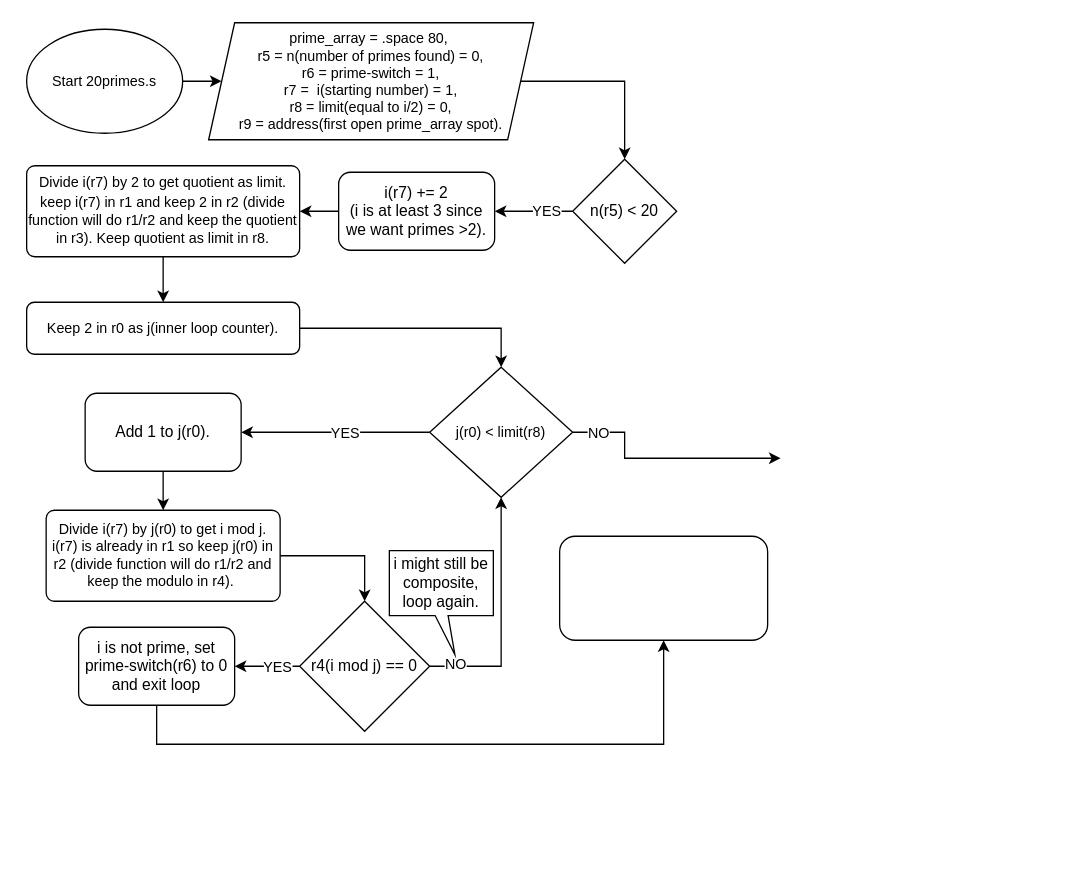
The draw.io diagram ECE 255/20primes.sFlowChart.drawio in amirabdullahi1/gold, before the edit. Source tidied: cells renumbered, new cells numbered last; positions are measured from the earlier drawing's top-left corner, leaving out a move shared by most shapes. Both pictures are drawn from the tidied source at 130%, with x=0, y=0 at pixel (26, 22).
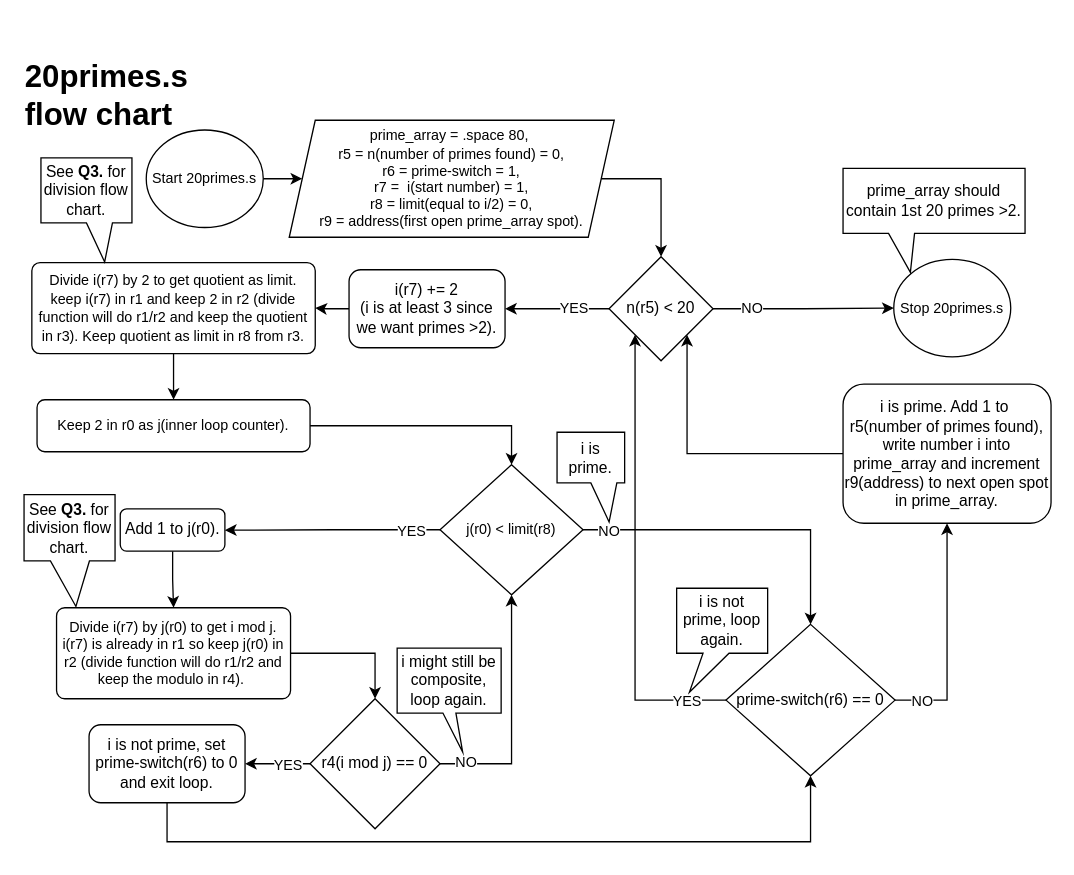
After the change.

The change refers to these unchanged cells:
```xml
<mxCell id="14" style="edgeStyle=orthogonalEdgeStyle;rounded=0;jettySize=auto;html=1;" parent="1" edge="1" source="18" target="20">
  <mxGeometry relative="1" as="geometry" />
</mxCell>
```

Change to the diagram source:
```diff
@@
     <mxCell id="3" value="Start 20primes.s" style="ellipse;whiteSpace=wrap;html=1;fontSize=11;" parent="1" vertex="1">
-      <mxGeometry y="5" width="120" height="80" as="geometry" />
+      <mxGeometry x="92" y="82.5" width="90" height="75" as="geometry" />
     </mxCell>
-    <mxCell id="4" style="edgeStyle=orthogonalEdgeStyle;rounded=0;jettySize=auto;html=1;exitX=1;exitY=0.5;exitDx=0;exitDy=0;entryX=0.5;entryY=0;entryDx=0;entryDy=0;" parent="1" edge="1" source="5" target="7">
-      <mxGeometry relative="1" as="geometry" />
+    <mxCell id="4" style="edgeStyle=orthogonalEdgeStyle;rounded=0;jettySize=auto;html=1;entryX=0.5;entryY=0;entryDx=0;entryDy=0;exitX=1;exitY=0.5;exitDx=0;exitDy=0;" parent="1" edge="1" source="5" target="7">
+      <mxGeometry relative="1" as="geometry">
+        <Array as="points">
+          <mxPoint x="488" y="120" />
+        </Array>
+      </mxGeometry>
     </mxCell>
-    <mxCell id="5" value="&lt;font style=&quot;font-size: 11px;&quot;&gt;prime_array = .space 80,&amp;nbsp;&lt;/font&gt;&lt;div style=&quot;font-size: 11px;&quot;&gt;&lt;font style=&quot;font-size: 11px;&quot;&gt;r5 = n(number of primes found) = 0,&lt;/font&gt;&lt;/div&gt;&lt;div style=&quot;font-size: 11px;&quot;&gt;&lt;font style=&quot;font-size: 11px;&quot;&gt;r6 = prime-switch = 1,&lt;/font&gt;&lt;/div&gt;&lt;div style=&quot;font-size: 11px;&quot;&gt;&lt;font style=&quot;font-size: 11px;&quot;&gt;r7 =&amp;nbsp; i(starting number) = 1,&lt;/font&gt;&lt;/div&gt;&lt;div style=&quot;font-size: 11px;&quot;&gt;&lt;font style=&quot;font-size: 11px;&quot;&gt;r8 = limit(equal to i/2) = 0,&lt;/font&gt;&lt;/div&gt;&lt;div style=&quot;font-size: 11px;&quot;&gt;&lt;font style=&quot;font-size: 11px;&quot;&gt;r9 = address(first open prime_array spot).&lt;/font&gt;&lt;/div&gt;" style="shape=parallelogram;perimeter=parallelogramPerimeter;whiteSpace=wrap;html=1;fixedSize=1;" parent="1" vertex="1">
-      <mxGeometry x="140" width="250" height="90" as="geometry" />
+    <mxCell id="5" value="&lt;font style=&quot;font-size: 11px;&quot;&gt;prime_array = .space 80,&amp;nbsp;&lt;/font&gt;&lt;div style=&quot;font-size: 11px;&quot;&gt;&lt;font style=&quot;font-size: 11px;&quot;&gt;r5 = n(number of primes found) = 0,&lt;/font&gt;&lt;/div&gt;&lt;div style=&quot;font-size: 11px;&quot;&gt;&lt;font style=&quot;font-size: 11px;&quot;&gt;r6 = prime-switch = 1,&lt;/font&gt;&lt;/div&gt;&lt;div style=&quot;font-size: 11px;&quot;&gt;&lt;font style=&quot;font-size: 11px;&quot;&gt;r7 =&amp;nbsp; i(start number) = 1,&lt;/font&gt;&lt;/div&gt;&lt;div style=&quot;font-size: 11px;&quot;&gt;&lt;font style=&quot;font-size: 11px;&quot;&gt;r8 = limit(equal to i/2) = 0,&lt;/font&gt;&lt;/div&gt;&lt;div style=&quot;font-size: 11px;&quot;&gt;&lt;font style=&quot;font-size: 11px;&quot;&gt;r9 = address(first open prime_array spot).&lt;/font&gt;&lt;/div&gt;" style="shape=parallelogram;perimeter=parallelogramPerimeter;whiteSpace=wrap;html=1;fixedSize=1;" parent="1" vertex="1">
+      <mxGeometry x="202" y="75" width="250" height="90" as="geometry" />
     </mxCell>
@@
+    <mxCell id="32" value="NO" style="edgeStyle=orthogonalEdgeStyle;rounded=0;jettySize=auto;html=1;entryX=0;entryY=0.5;entryDx=0;entryDy=0;" parent="1" edge="1" source="7" target="43">
+      <mxGeometry x="-0.57" relative="1" as="geometry" />
+    </mxCell>
     <mxCell id="7" value="n(r5) &amp;lt; 20" style="rhombus;whiteSpace=wrap;html=1;" parent="1" vertex="1">
-      <mxGeometry x="420" y="105" width="80" height="80" as="geometry" />
+      <mxGeometry x="448" y="180" width="80" height="80" as="geometry" />
     </mxCell>
@@
     <mxCell id="9" value="i(r7) += 2&lt;div&gt;(i is at least 3 since we want primes &amp;gt;2).&lt;/div&gt;" style="rounded=1;whiteSpace=wrap;html=1;" parent="1" vertex="1">
-      <mxGeometry x="240" y="115" width="120" height="60" as="geometry" />
+      <mxGeometry x="248" y="190" width="120" height="60" as="geometry" />
     </mxCell>
@@
-    <mxCell id="11" value="&lt;div style=&quot;font-size: 11px;&quot;&gt;&lt;font style=&quot;font-size: 11px;&quot;&gt;Divide i(r7) by 2 to get quotient as limit.&lt;/font&gt;&lt;/div&gt;&lt;font style=&quot;font-size: 11px;&quot;&gt;keep i(r7) in r1 and keep 2 in r2 (divide function will do r1/r2 and keep the quotient in r3). Keep quotient as limit in r8.&lt;/font&gt;" style="rounded=1;whiteSpace=wrap;html=1;arcSize=9;" parent="1" vertex="1">
-      <mxGeometry y="110" width="210" height="70" as="geometry" />
+    <mxCell id="11" value="&lt;div style=&quot;font-size: 11px;&quot;&gt;&lt;font style=&quot;font-size: 11px;&quot;&gt;Divide i(r7) by 2 to get quotient as limit.&lt;/font&gt;&lt;/div&gt;&lt;font style=&quot;font-size: 11px;&quot;&gt;keep i(r7) in r1 and keep 2 in r2 (divide function will do r1/r2 and keep the quotient in r3). Keep quotient as limit in r8 from r3.&lt;/font&gt;" style="rounded=1;whiteSpace=wrap;html=1;arcSize=9;" parent="1" vertex="1">
+      <mxGeometry x="4" y="184.5" width="218" height="70" as="geometry" />
     </mxCell>
@@
     <mxCell id="13" value="&lt;font style=&quot;font-size: 11px;&quot;&gt;Keep 2 in r0 as j(inner loop counter).&lt;/font&gt;" style="rounded=1;whiteSpace=wrap;html=1;" parent="1" vertex="1">
-      <mxGeometry y="215" width="210" height="40" as="geometry" />
+      <mxGeometry x="8" y="290" width="210" height="40" as="geometry" />
     </mxCell>
@@
     <mxCell id="15" value="YES" style="edgeLabel;html=1;align=center;verticalAlign=middle;" parent="14" vertex="1">
-      <mxGeometry x="-0.09" relative="1" as="geometry" />
+      <mxGeometry x="-0.09" relative="1" as="geometry">
+        <mxPoint x="52" as="offset" />
+      </mxGeometry>
     </mxCell>
-    <mxCell id="16" style="edgeStyle=orthogonalEdgeStyle;rounded=0;jettySize=auto;html=1;exitX=1;exitY=0.5;exitDx=0;exitDy=0;" parent="1" edge="1" source="18">
+    <mxCell id="16" style="edgeStyle=orthogonalEdgeStyle;rounded=0;jettySize=auto;html=1;exitX=1;exitY=0.5;exitDx=0;exitDy=0;entryX=0.5;entryY=0;entryDx=0;entryDy=0;" parent="1" edge="1" source="18" target="39">
       <mxGeometry relative="1" as="geometry">
-        <mxPoint x="580" y="335" as="targetPoint" />
         <Array as="points">
-          <mxPoint x="460" y="315" />
-          <mxPoint x="460" y="335" />
+          <mxPoint x="603" y="390" />
         </Array>
       </mxGeometry>
     </mxCell>
     <mxCell id="17" value="NO" style="edgeLabel;html=1;align=center;verticalAlign=middle;" parent="16" vertex="1">
       <mxGeometry x="-0.94" y="-2" relative="1" as="geometry">
-        <mxPoint x="14" y="-2" as="offset" />
+        <mxPoint x="12" y="-2" as="offset" />
       </mxGeometry>
     </mxCell>
     <mxCell id="18" value="&lt;font style=&quot;font-size: 11px;&quot;&gt;j(r0) &amp;lt; limit(r8)&lt;/font&gt;" style="rhombus;whiteSpace=wrap;html=1;" parent="1" vertex="1">
-      <mxGeometry x="310" y="265" width="110" height="100" as="geometry" />
+      <mxGeometry x="318" y="340" width="110" height="100" as="geometry" />
     </mxCell>
@@
     <mxCell id="20" value="Add 1 to j(r0)." style="rounded=1;whiteSpace=wrap;html=1;" parent="1" vertex="1">
-      <mxGeometry x="45" y="285" width="120" height="60" as="geometry" />
+      <mxGeometry x="72" y="374" width="80.5" height="32.5" as="geometry" />
     </mxCell>
@@
     <mxCell id="22" value="&lt;div style=&quot;font-size: 11px;&quot;&gt;&lt;font style=&quot;font-size: 11px;&quot;&gt;Divide i(r7) by j(r0) to get i mod j. &lt;/font&gt;&lt;font style=&quot;background-color: initial;&quot;&gt;i(r7) is already in r1 so keep j(r0) in r2 (divide function will do r1/r2 and keep the modulo in r4). &lt;/font&gt;&lt;span style=&quot;background-color: initial; text-wrap: nowrap; color: rgba(0, 0, 0, 0); font-family: monospace; text-align: start; font-size: 0px;&quot;&gt;3CmxGraphModel%3E%3Croot%3E%3CmxCell%20id%3D%220%22%2F%3E%3CmxCell%20id%3D%221%22%20parent%3D%220%22%2F%3E%3CmxCell%20id%3D%222%22%20value%3D%22n(r5)%26amp%3Bnbsp%3B%22%20style%3D%22rhombus%3BwhiteSpace%3Dwrap%3Bhtml%3D1%3B%22%20vertex%3D%221%22%20parent%3D%221%22%3E%3CmxGeometry%20x%3D%22480%22%20y%3D%2290%22%20width%3D%2280%22%20height%3D%2280%22%20as%3D%22geometry%22%2F%3E%3C%2FmxCell%3E%3C%2Froot%3E%3C%2FmxGraphModel%3E&lt;/span&gt;&lt;/div&gt;" style="rounded=1;whiteSpace=wrap;html=1;arcSize=9;" parent="1" vertex="1">
-      <mxGeometry x="15" y="375" width="180" height="70" as="geometry" />
+      <mxGeometry x="23" y="450" width="180" height="70" as="geometry" />
     </mxCell>
@@
     <mxCell id="27" value="r4(i mod j) == 0" style="rhombus;whiteSpace=wrap;html=1;" parent="1" vertex="1">
-      <mxGeometry x="210" y="445" width="100" height="100" as="geometry" />
+      <mxGeometry x="218" y="520" width="100" height="100" as="geometry" />
     </mxCell>
-    <mxCell id="28" style="edgeStyle=orthogonalEdgeStyle;rounded=0;jettySize=auto;html=1;exitX=0.5;exitY=1;exitDx=0;exitDy=0;entryX=0.5;entryY=1;entryDx=0;entryDy=0;" parent="1" edge="1" source="29" target="31">
+    <mxCell id="28" style="edgeStyle=orthogonalEdgeStyle;rounded=0;jettySize=auto;html=1;exitX=0.5;exitY=1;exitDx=0;exitDy=0;entryX=0.5;entryY=1;entryDx=0;entryDy=0;" parent="1" edge="1" source="29" target="39">
       <mxGeometry relative="1" as="geometry">
         <Array as="points">
-          <mxPoint x="100" y="555" />
-          <mxPoint x="490" y="555" />
+          <mxPoint x="108" y="630" />
+          <mxPoint x="603" y="630" />
         </Array>
       </mxGeometry>
     </mxCell>
-    <mxCell id="29" value="i is not prime, set prime-switch(r6) to 0 and exit loop" style="rounded=1;whiteSpace=wrap;html=1;" parent="1" vertex="1">
-      <mxGeometry x="40" y="465" width="120" height="60" as="geometry" />
+    <mxCell id="29" value="i is not prime, set prime-switch(r6) to 0 and exit loop." style="rounded=1;whiteSpace=wrap;html=1;" parent="1" vertex="1">
+      <mxGeometry x="48" y="540" width="120" height="60" as="geometry" />
     </mxCell>
     <mxCell id="30" value="i might still be composite, loop again." style="shape=callout;whiteSpace=wrap;html=1;perimeter=calloutPerimeter;size=30;position=0.44;position2=0.63;base=10;" parent="1" vertex="1">
-      <mxGeometry x="279" y="406" width="80" height="80" as="geometry" />
+      <mxGeometry x="285" y="481" width="80" height="80" as="geometry" />
     </mxCell>
-    <mxCell id="31" style="rounded=1;whiteSpace=wrap;html=1;" parent="1" vertex="1">
-      <mxGeometry x="410" y="395" width="160" height="80" as="geometry" />
-    </mxCell>
+    <mxCell id="33" value="See &lt;b&gt;Q3.&lt;/b&gt;&amp;nbsp;for division flow chart." style="shape=callout;whiteSpace=wrap;html=1;perimeter=calloutPerimeter;position2=0.7;" parent="1" vertex="1">
+      <mxGeometry x="11" y="104" width="70" height="80" as="geometry" />
+    </mxCell>
+    <mxCell id="34" value="See &lt;b&gt;Q3.&lt;/b&gt;&amp;nbsp;for division flow chart." style="shape=callout;whiteSpace=wrap;html=1;perimeter=calloutPerimeter;position2=0.57;size=35;position=0.29;base=30;" parent="1" vertex="1">
+      <mxGeometry x="-2" y="363" width="70" height="86" as="geometry" />
+    </mxCell>
+    <mxCell id="35" style="edgeStyle=orthogonalEdgeStyle;rounded=0;jettySize=auto;html=1;entryX=0;entryY=1;entryDx=0;entryDy=0;exitX=0;exitY=0.5;exitDx=0;exitDy=0;" parent="1" edge="1" source="39" target="7">
+      <mxGeometry relative="1" as="geometry" />
+    </mxCell>
+    <mxCell id="36" value="YES" style="edgeLabel;html=1;align=center;verticalAlign=middle;" parent="35" vertex="1">
+      <mxGeometry x="-0.88" y="-2" relative="1" as="geometry">
+        <mxPoint x="-9" y="2" as="offset" />
+      </mxGeometry>
+    </mxCell>
+    <mxCell id="37" style="edgeStyle=orthogonalEdgeStyle;rounded=0;jettySize=auto;html=1;exitX=1;exitY=0.5;exitDx=0;exitDy=0;entryX=0.5;entryY=1;entryDx=0;entryDy=0;" parent="1" edge="1" source="39" target="42">
+      <mxGeometry relative="1" as="geometry" />
+    </mxCell>
+    <mxCell id="38" value="NO" style="edgeLabel;html=1;align=center;verticalAlign=middle;" parent="37" vertex="1">
+      <mxGeometry x="-0.76" relative="1" as="geometry" />
+    </mxCell>
+    <mxCell id="39" value="prime-switch(r6) == 0" style="rhombus;whiteSpace=wrap;html=1;" parent="1" vertex="1">
+      <mxGeometry x="538" y="462.8" width="130" height="116.5" as="geometry" />
+    </mxCell>
+    <mxCell id="40" value="i is not prime, loop again." style="shape=callout;whiteSpace=wrap;html=1;perimeter=calloutPerimeter;size=30;position=0.29;position2=0.14;" parent="1" vertex="1">
+      <mxGeometry x="500" y="435" width="70" height="80" as="geometry" />
+    </mxCell>
+    <mxCell id="41" style="edgeStyle=orthogonalEdgeStyle;rounded=0;jettySize=auto;html=1;entryX=1;entryY=1;entryDx=0;entryDy=0;" parent="1" edge="1" source="42" target="7">
+      <mxGeometry relative="1" as="geometry" />
+    </mxCell>
+    <mxCell id="42" value="i is prime. Add 1 to&amp;nbsp;&lt;div&gt;r5(number of primes found), write number i into prime_array and increment r9(address) to next open spot in prime_array.&lt;/div&gt;" style="rounded=1;whiteSpace=wrap;html=1;" parent="1" vertex="1">
+      <mxGeometry x="628" y="278" width="160" height="107" as="geometry" />
+    </mxCell>
+    <mxCell id="43" value="Stop 20primes.s" style="ellipse;whiteSpace=wrap;html=1;fontSize=11;" parent="1" vertex="1">
+      <mxGeometry x="667" y="182" width="90" height="75" as="geometry" />
+    </mxCell>
+    <mxCell id="44" value="prime_array should contain 1st 20 primes &amp;gt;2." style="shape=callout;whiteSpace=wrap;html=1;perimeter=calloutPerimeter;size=30;position=0.25;position2=0.37;" parent="1" vertex="1">
+      <mxGeometry x="628" y="112" width="140" height="80" as="geometry" />
+    </mxCell>
+    <mxCell id="45" value="&lt;h1 style=&quot;margin-top: 0px;&quot;&gt;20primes.s flow chart&lt;/h1&gt;" style="text;html=1;whiteSpace=wrap;overflow=hidden;rounded=0;" parent="1" vertex="1">
+      <mxGeometry x="-3" y="21" width="180" height="120" as="geometry" />
+    </mxCell>
+    <mxCell id="46" value="i is prime." style="shape=callout;whiteSpace=wrap;html=1;perimeter=calloutPerimeter;position2=0.77;" parent="1" vertex="1">
+      <mxGeometry x="408" y="315" width="52" height="69" as="geometry" />
+    </mxCell>
```
